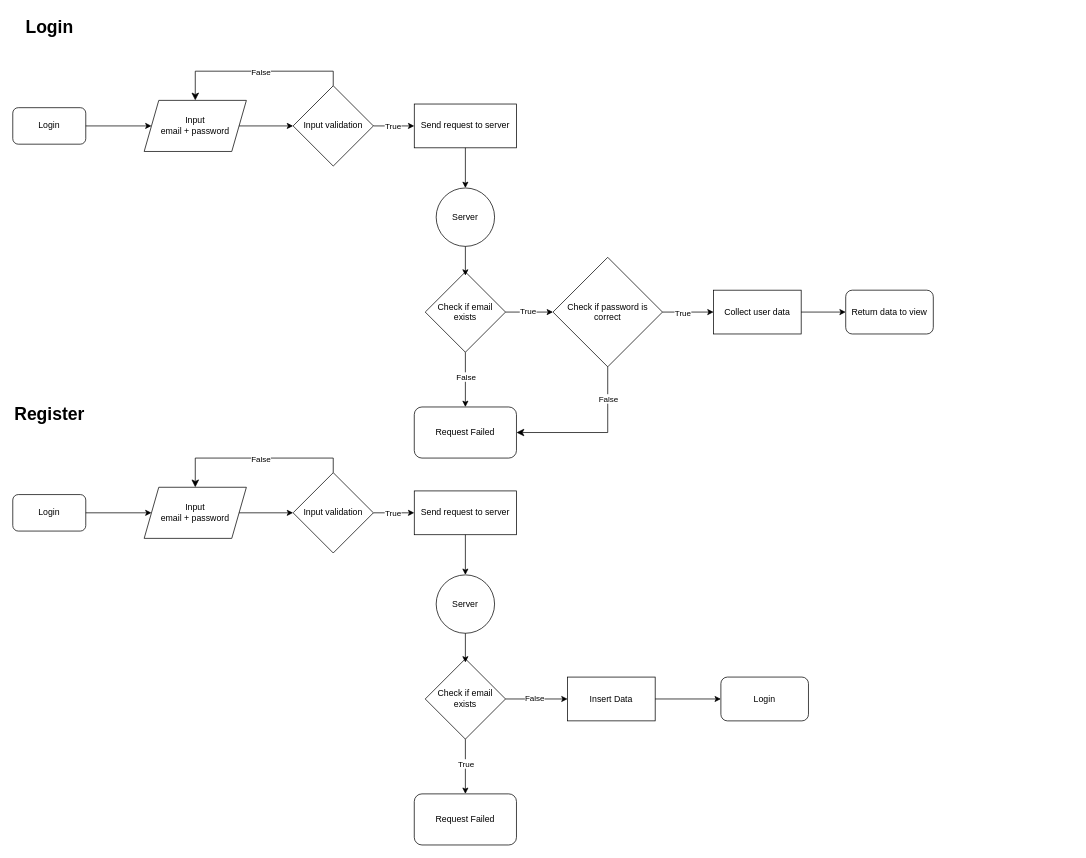
Before: wiki-portal-authentication.drawio in DannyTran3000/er_diagram, a draw.io diagram. Source tidied: cells renumbered, new cells numbered last; positions are measured from the earlier drawing's top-left corner, leaving out a move shared by most shapes. Both pictures are drawn from the tidied source at 73%, with x=0, y=0 at pixel (12, 12).
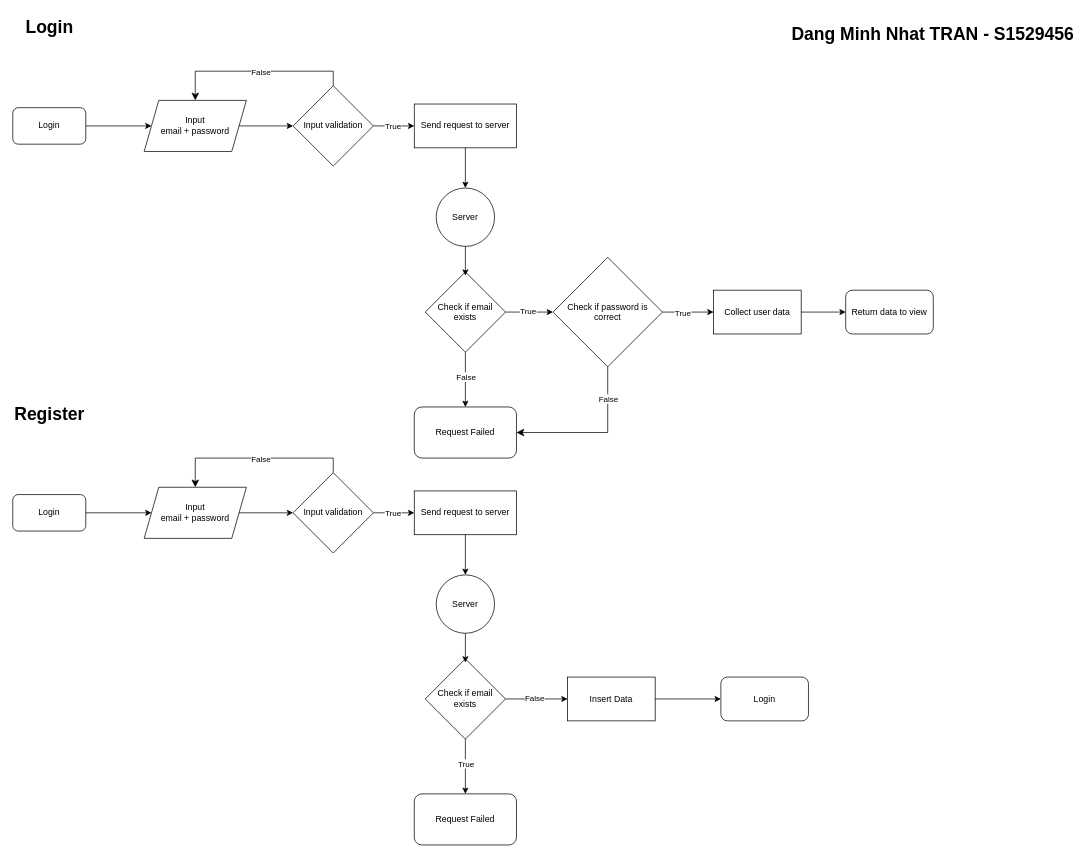
The same diagram, later.

Change to the diagram source:
```diff
@@
+    <mxCell id="53" value="Dang Minh Nhat TRAN - S1529456" style="text;strokeColor=none;fillColor=none;html=1;fontSize=24;fontStyle=1;verticalAlign=middle;align=center;" parent="1" vertex="1">
+      <mxGeometry x="1210" y="10" width="100" height="40" as="geometry" />
+    </mxCell>
```
